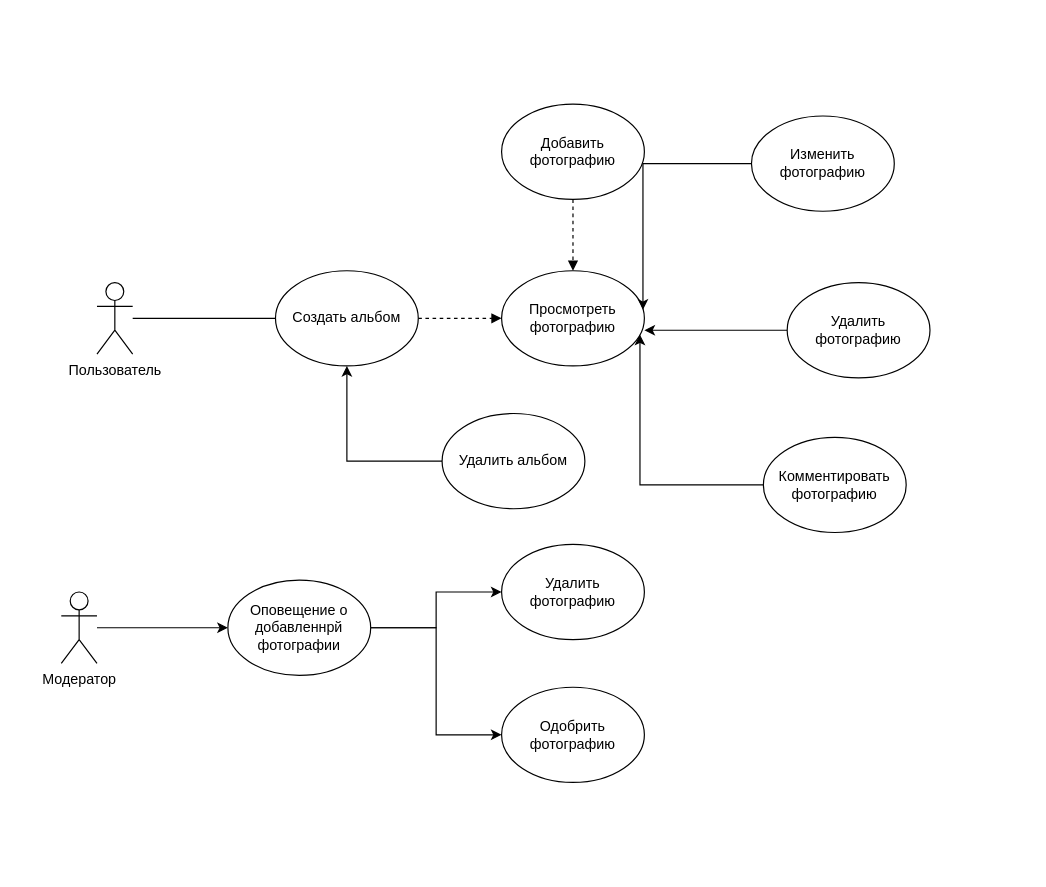
Before: Диаграмма без названия.drawio in Vladimirnas/Photo_storage_Service_UML, a draw.io diagram. Source tidied: cells renumbered, new cells numbered last; positions are measured from the earlier drawing's top-left corner, leaving out a move shared by most shapes. Both pictures are drawn from the tidied source at 119%, with x=0, y=0 at pixel (61, 104).
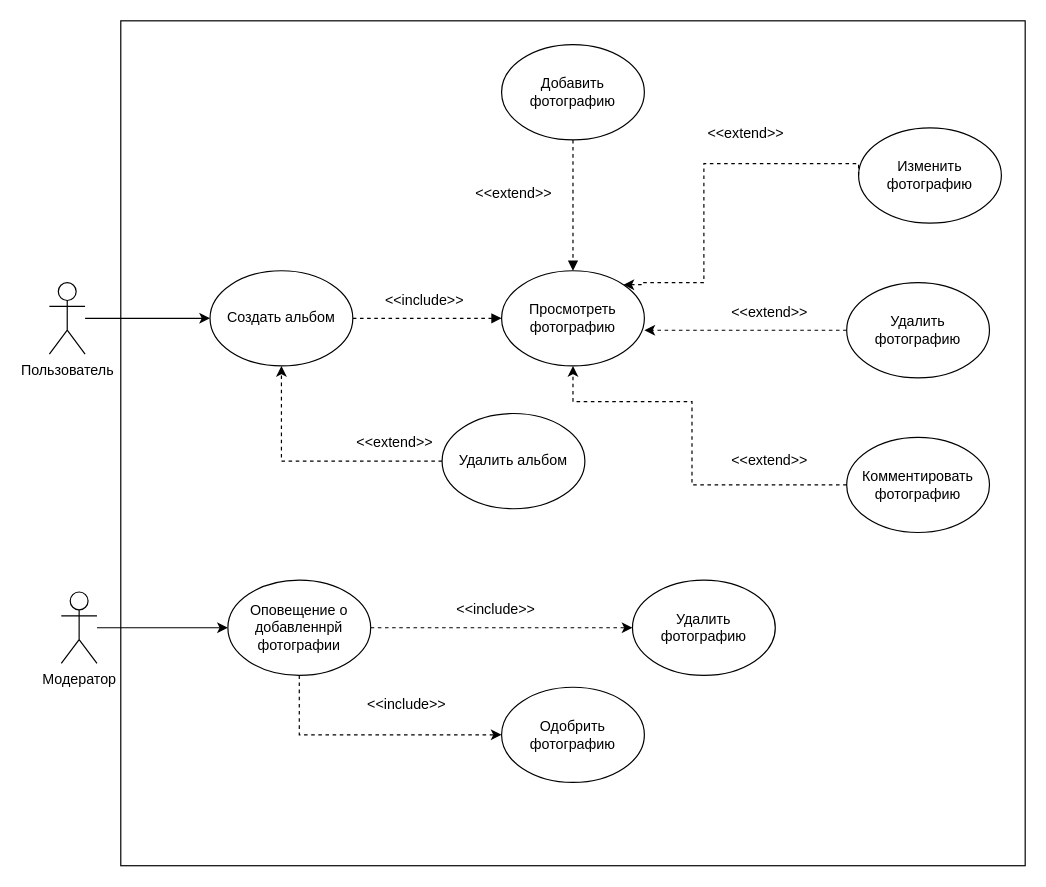
After the change.

Unchanged cells that the change refers to:
```xml
<mxCell id="14" value="Удалить альбом" style="ellipse;whiteSpace=wrap;html=1;" parent="1" vertex="1">
  <mxGeometry x="320" y="260" width="120" height="80" as="geometry" />
</mxCell>
<mxCell id="18" value="Оповещение о добавленнрй фотографии" style="ellipse;whiteSpace=wrap;html=1;" parent="1" vertex="1">
  <mxGeometry x="140" y="400" width="120" height="80" as="geometry" />
</mxCell>
<mxCell id="19" value="Одобрить фотографию" style="ellipse;whiteSpace=wrap;html=1;" parent="1" vertex="1">
  <mxGeometry x="370" y="490" width="120" height="80" as="geometry" />
</mxCell>
<mxCell id="21" value="Просмотреть фотографию" style="ellipse;whiteSpace=wrap;html=1;" parent="1" vertex="1">
  <mxGeometry x="370" y="140" width="120" height="80" as="geometry" />
</mxCell>
```

The edit, as a diff of the source:
```diff
@@
+    <mxCell id="24" style="rounded=0;whiteSpace=wrap;html=1;" parent="1" vertex="1">
+      <mxGeometry x="50" y="-70" width="760" height="710" as="geometry" />
+    </mxCell>
-    <mxCell id="2" style="edgeStyle=orthogonalEdgeStyle;rounded=0;jettySize=auto;html=1;entryX=0;entryY=0.5;entryDx=0;entryDy=0;endArrow=none;startFill=0;" parent="1" edge="1" source="3" target="12">
+    <mxCell id="2" style="edgeStyle=orthogonalEdgeStyle;rounded=0;jettySize=auto;html=1;entryX=0;entryY=0.5;entryDx=0;entryDy=0;" parent="1" edge="1" source="3" target="12">
       <mxGeometry relative="1" as="geometry" />
     </mxCell>
     <mxCell id="3" value="Пользователь" style="shape=umlActor;verticalLabelPosition=bottom;verticalAlign=top;html=1;outlineConnect=0;" parent="1" vertex="1">
-      <mxGeometry x="30" y="150" width="30" height="60" as="geometry" />
+      <mxGeometry x="-10" y="150" width="30" height="60" as="geometry" />
     </mxCell>
@@
     <mxCell id="7" value="Добавить фотографию" style="ellipse;whiteSpace=wrap;html=1;" parent="1" vertex="1">
-      <mxGeometry x="370" width="120" height="80" as="geometry" />
+      <mxGeometry x="370" y="-50" width="120" height="80" as="geometry" />
     </mxCell>
     <mxCell id="8" value="Изменить фотографию" style="ellipse;whiteSpace=wrap;html=1;" parent="1" vertex="1">
-      <mxGeometry x="580" y="10" width="120" height="80" as="geometry" />
+      <mxGeometry x="670" y="20" width="120" height="80" as="geometry" />
     </mxCell>
-    <mxCell id="9" style="edgeStyle=orthogonalEdgeStyle;rounded=0;jettySize=auto;html=1;exitX=0;exitY=0.5;exitDx=0;exitDy=0;" parent="1" edge="1" source="10">
+    <mxCell id="9" style="edgeStyle=orthogonalEdgeStyle;rounded=0;jettySize=auto;html=1;exitX=0;exitY=0.5;exitDx=0;exitDy=0;dashed=1;" parent="1" edge="1" source="10">
       <mxGeometry relative="1" as="geometry">
         <mxPoint x="490" y="190" as="targetPoint" />
       </mxGeometry>
     </mxCell>
     <mxCell id="10" value="Удалить фотографию" style="ellipse;whiteSpace=wrap;html=1;" parent="1" vertex="1">
-      <mxGeometry x="610" y="150" width="120" height="80" as="geometry" />
+      <mxGeometry x="660" y="150" width="120" height="80" as="geometry" />
     </mxCell>
@@
     <mxCell id="12" value="Создать альбом" style="ellipse;whiteSpace=wrap;html=1;" parent="1" vertex="1">
-      <mxGeometry x="180" y="140" width="120" height="80" as="geometry" />
+      <mxGeometry x="125" y="140" width="120" height="80" as="geometry" />
     </mxCell>
-    <mxCell id="13" style="edgeStyle=orthogonalEdgeStyle;rounded=0;jettySize=auto;html=1;entryX=0.5;entryY=1;entryDx=0;entryDy=0;" parent="1" edge="1" source="14" target="12">
+    <mxCell id="13" style="edgeStyle=orthogonalEdgeStyle;rounded=0;jettySize=auto;html=1;entryX=0.5;entryY=1;entryDx=0;entryDy=0;dashed=1;" parent="1" edge="1" source="14" target="12">
       <mxGeometry relative="1" as="geometry" />
     </mxCell>
@@
     <mxCell id="15" value="Комментировать фотографию" style="ellipse;whiteSpace=wrap;html=1;" parent="1" vertex="1">
-      <mxGeometry x="590" y="280" width="120" height="80" as="geometry" />
+      <mxGeometry x="660" y="280" width="120" height="80" as="geometry" />
     </mxCell>
-    <mxCell id="16" style="edgeStyle=orthogonalEdgeStyle;rounded=0;jettySize=auto;html=1;entryX=0;entryY=0.5;entryDx=0;entryDy=0;" parent="1" edge="1" source="18" target="20">
-      <mxGeometry relative="1" as="geometry" />
+    <mxCell id="16" style="edgeStyle=orthogonalEdgeStyle;rounded=0;jettySize=auto;html=1;entryX=0;entryY=0.5;entryDx=0;entryDy=0;dashed=1;" parent="1" edge="1" source="18" target="20">
+      <mxGeometry relative="1" as="geometry">
+        <Array as="points">
+          <mxPoint x="440" y="440" />
+        </Array>
+      </mxGeometry>
     </mxCell>
-    <mxCell id="17" style="edgeStyle=orthogonalEdgeStyle;rounded=0;jettySize=auto;html=1;entryX=0;entryY=0.5;entryDx=0;entryDy=0;" parent="1" edge="1" source="18" target="19">
-      <mxGeometry relative="1" as="geometry" />
+    <mxCell id="17" style="edgeStyle=orthogonalEdgeStyle;rounded=0;jettySize=auto;html=1;entryX=0;entryY=0.5;entryDx=0;entryDy=0;dashed=1;exitX=0.5;exitY=1;exitDx=0;exitDy=0;" parent="1" edge="1" source="18" target="19">
+      <mxGeometry relative="1" as="geometry">
+        <Array as="points">
+          <mxPoint x="200" y="530" />
+        </Array>
+      </mxGeometry>
     </mxCell>
@@
     <mxCell id="20" value="Удалить фотографию" style="ellipse;whiteSpace=wrap;html=1;" parent="1" vertex="1">
-      <mxGeometry x="370" y="370" width="120" height="80" as="geometry" />
+      <mxGeometry x="480" y="400" width="120" height="80" as="geometry" />
     </mxCell>
@@
-    <mxCell id="22" style="edgeStyle=orthogonalEdgeStyle;rounded=0;jettySize=auto;html=1;entryX=0.969;entryY=0.671;entryDx=0;entryDy=0;entryPerimeter=0;" parent="1" edge="1" source="15" target="21">
-      <mxGeometry relative="1" as="geometry" />
+    <mxCell id="22" style="edgeStyle=orthogonalEdgeStyle;rounded=0;jettySize=auto;html=1;entryX=0.5;entryY=1;entryDx=0;entryDy=0;dashed=1;" parent="1" edge="1" source="15" target="21">
+      <mxGeometry relative="1" as="geometry">
+        <Array as="points">
+          <mxPoint x="530" y="320" />
+          <mxPoint x="530" y="250" />
+          <mxPoint x="430" y="250" />
+        </Array>
+      </mxGeometry>
     </mxCell>
-    <mxCell id="23" style="edgeStyle=orthogonalEdgeStyle;rounded=0;jettySize=auto;html=1;entryX=0.99;entryY=0.41;entryDx=0;entryDy=0;entryPerimeter=0;" parent="1" edge="1" source="8" target="21">
-      <mxGeometry relative="1" as="geometry" />
+    <mxCell id="23" style="edgeStyle=orthogonalEdgeStyle;rounded=0;jettySize=auto;html=1;entryX=1;entryY=0;entryDx=0;entryDy=0;exitX=0;exitY=0.5;exitDx=0;exitDy=0;dashed=1;" parent="1" edge="1" source="8" target="21">
+      <mxGeometry relative="1" as="geometry">
+        <Array as="points">
+          <mxPoint x="540" y="50" />
+          <mxPoint x="540" y="150" />
+          <mxPoint x="489" y="150" />
+          <mxPoint x="489" y="152" />
+        </Array>
+      </mxGeometry>
     </mxCell>
+    <mxCell id="25" value="&amp;lt;&amp;lt;include&amp;gt;&amp;gt;" style="text;html=1;align=center;verticalAlign=middle;strokeColor=none;fillColor=none;" parent="1" vertex="1">
+      <mxGeometry x="245" y="490" width="90" height="30" as="geometry" />
+    </mxCell>
+    <mxCell id="26" value="&amp;lt;&amp;lt;extend&amp;gt;&amp;gt;" style="text;html=1;align=center;verticalAlign=middle;strokeColor=none;fillColor=none;" parent="1" vertex="1">
+      <mxGeometry x="235" y="270" width="90" height="30" as="geometry" />
+    </mxCell>
+    <mxCell id="27" value="&amp;lt;&amp;lt;include&amp;gt;&amp;gt;" style="text;html=1;align=center;verticalAlign=middle;strokeColor=none;fillColor=none;" parent="1" vertex="1">
+      <mxGeometry x="320" y="410" width="90" height="30" as="geometry" />
+    </mxCell>
+    <mxCell id="28" value="&amp;lt;&amp;lt;include&amp;gt;&amp;gt;" style="text;html=1;align=center;verticalAlign=middle;strokeColor=none;fillColor=none;" parent="1" vertex="1">
+      <mxGeometry x="260" y="150" width="90" height="30" as="geometry" />
+    </mxCell>
+    <mxCell id="29" value="&amp;lt;&amp;lt;extend&amp;gt;&amp;gt;" style="text;html=1;align=center;verticalAlign=middle;strokeColor=none;fillColor=none;" parent="1" vertex="1">
+      <mxGeometry x="335" y="60" width="90" height="30" as="geometry" />
+    </mxCell>
+    <mxCell id="30" value="&amp;lt;&amp;lt;extend&amp;gt;&amp;gt;" style="text;html=1;align=center;verticalAlign=middle;strokeColor=none;fillColor=none;" parent="1" vertex="1">
+      <mxGeometry x="530" y="10" width="90" height="30" as="geometry" />
+    </mxCell>
+    <mxCell id="31" value="&amp;lt;&amp;lt;extend&amp;gt;&amp;gt;" style="text;html=1;align=center;verticalAlign=middle;strokeColor=none;fillColor=none;" parent="1" vertex="1">
+      <mxGeometry x="550" y="160" width="90" height="30" as="geometry" />
+    </mxCell>
+    <mxCell id="32" value="&amp;lt;&amp;lt;extend&amp;gt;&amp;gt;" style="text;html=1;align=center;verticalAlign=middle;strokeColor=none;fillColor=none;" parent="1" vertex="1">
+      <mxGeometry x="550" y="285" width="90" height="30" as="geometry" />
+    </mxCell>
```
